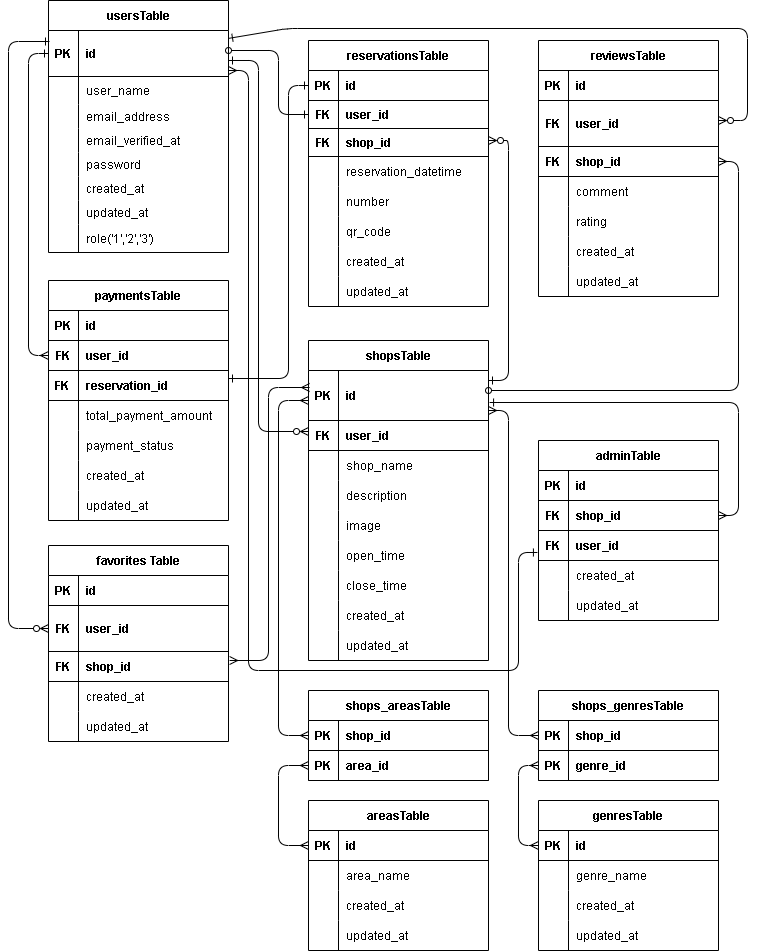
Above: src/rese.drawio.png in ponponmama/2024-07-13 (draw.io), before the change. Source tidied: cells renumbered, new cells last; positions are measured from the earlier drawing's top-left corner, leaving out a move shared by most shapes.
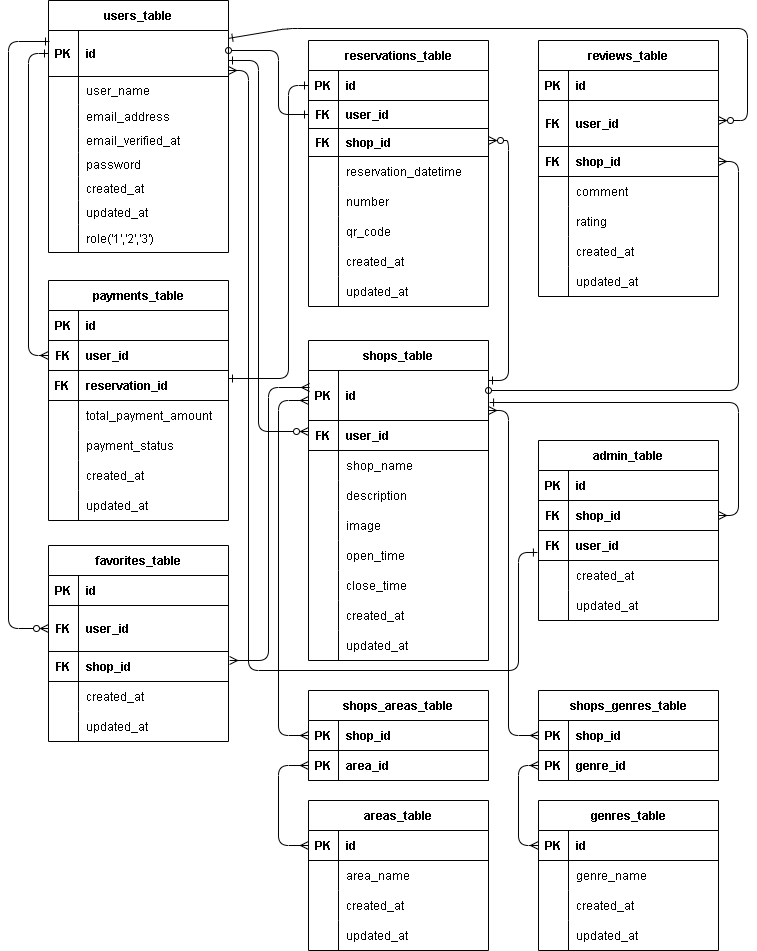
Later version of the same file.

Commit message:
ER図のテーブル名修正

The edit, as a diff of the source:
```diff
@@ -2,7 +2,7 @@
   <root>
     <mxCell id="0" />
     <mxCell id="1" parent="0" />
-    <mxCell id="2" value="usersTable" style="shape=table;startSize=30;rowLines=0;fontStyle=1;align=center;labelBackgroundColor=none;fillColor=none;strokeColor=#000000;strokeWidth=1;fontColor=#000000;" parent="1" vertex="1">
+    <mxCell id="2" value="users_table" style="shape=table;startSize=30;rowLines=0;fontStyle=1;align=center;labelBackgroundColor=none;fillColor=none;strokeColor=#000000;strokeWidth=1;fontColor=#000000;" parent="1" vertex="1">
       <mxGeometry x="40" width="180" height="252" as="geometry" />
     </mxCell>
     <mxCell id="3" style="shape=tableRow;horizontal=0;startSize=0;swimlaneHead=0;swimlaneBody=0;fillColor=none;points=[[0,0.5],[1,0.5]];portConstraint=eastwest;top=0;left=0;right=0;bottom=1;strokeColor=#000000;strokeWidth=1;fontColor=#000000;" parent="2" vertex="1">
@@ -86,7 +86,7 @@
         </Array>
       </mxGeometry>
     </mxCell>
-    <mxCell id="28" value="adminTable" style="shape=table;startSize=30;rowLines=0;fontStyle=1;align=center;strokeColor=#000000;strokeWidth=1;fontColor=#000000;fillColor=none;" parent="1" vertex="1">
+    <mxCell id="28" value="admin_table" style="shape=table;startSize=30;rowLines=0;fontStyle=1;align=center;strokeColor=#000000;strokeWidth=1;fontColor=#000000;fillColor=none;" parent="1" vertex="1">
       <mxGeometry x="530" y="440" width="180" height="180" as="geometry" />
     </mxCell>
     <mxCell id="29" style="shape=tableRow;horizontal=0;startSize=0;swimlaneHead=0;swimlaneBody=0;fillColor=none;top=0;left=0;right=0;bottom=1;strokeColor=#000000;strokeWidth=1;fontColor=#000000;" parent="28" vertex="1">
@@ -134,7 +134,7 @@
     <mxCell id="43" value="updated_at" style="shape=partialRectangle;fillColor=none;top=0;left=0;bottom=0;right=0;align=left;spacingLeft=6;overflow=hidden;fontColor=#000000;strokeColor=#000000;strokeWidth=1;" parent="41" vertex="1">
       <mxGeometry x="30" width="150" height="30" as="geometry" />
     </mxCell>
-    <mxCell id="44" value="reservationsTable" style="shape=table;startSize=30;rowLines=0;fontStyle=1;align=center;fillColor=none;strokeColor=#000000;strokeWidth=1;fontColor=#000000;" parent="1" vertex="1">
+    <mxCell id="44" value="reservations_table" style="shape=table;startSize=30;rowLines=0;fontStyle=1;align=center;fillColor=none;strokeColor=#000000;strokeWidth=1;fontColor=#000000;" parent="1" vertex="1">
       <mxGeometry x="300" y="40" width="180" height="266" as="geometry" />
     </mxCell>
     <mxCell id="45" style="shape=tableRow;horizontal=0;startSize=0;swimlaneHead=0;swimlaneBody=0;fillColor=none;points=[[0,0.5],[1,0.5]];portConstraint=eastwest;top=0;left=0;right=0;bottom=1;strokeColor=#000000;strokeWidth=1;fontColor=#000000;" parent="44" vertex="1">
@@ -209,7 +209,7 @@
     <mxCell id="68" value="updated_at" style="shape=partialRectangle;fillColor=none;top=0;left=0;bottom=0;right=0;align=left;spacingLeft=6;overflow=hidden;fontColor=#000000;strokeColor=#000000;strokeWidth=1;" parent="66" vertex="1">
       <mxGeometry x="30" width="150" height="30" as="geometry" />
     </mxCell>
-    <mxCell id="69" value="reviewsTable" style="shape=table;startSize=30;rowLines=0;fontStyle=1;align=center;strokeColor=#000000;strokeWidth=1;fontColor=#000000;fillColor=none;" parent="1" vertex="1">
+    <mxCell id="69" value="reviews_table" style="shape=table;startSize=30;rowLines=0;fontStyle=1;align=center;strokeColor=#000000;strokeWidth=1;fontColor=#000000;fillColor=none;" parent="1" vertex="1">
       <mxGeometry x="530" y="40" width="180" height="256" as="geometry" />
     </mxCell>
     <mxCell id="70" style="shape=tableRow;horizontal=0;startSize=0;swimlaneHead=0;swimlaneBody=0;fillColor=none;top=0;left=0;right=0;bottom=1;strokeColor=#000000;strokeWidth=1;fontColor=#000000;" parent="69" vertex="1">
@@ -275,7 +275,7 @@
     <mxCell id="90" value="updated_at" style="shape=partialRectangle;fillColor=none;top=0;left=0;bottom=0;right=0;align=left;spacingLeft=6;overflow=hidden;fontColor=#000000;strokeColor=#000000;strokeWidth=1;" parent="88" vertex="1">
       <mxGeometry x="30" width="150" height="30" as="geometry" />
     </mxCell>
-    <mxCell id="91" value="paymentsTable" style="shape=table;startSize=30;rowLines=0;fontStyle=1;align=center;labelBackgroundColor=none;strokeColor=#000000;strokeWidth=1;fontColor=#000000;fillColor=none;" parent="1" vertex="1">
+    <mxCell id="91" value="payments_table" style="shape=table;startSize=30;rowLines=0;fontStyle=1;align=center;labelBackgroundColor=none;strokeColor=#000000;strokeWidth=1;fontColor=#000000;fillColor=none;" parent="1" vertex="1">
       <mxGeometry x="40" y="280" width="180" height="240" as="geometry" />
     </mxCell>
     <mxCell id="92" style="shape=tableRow;horizontal=0;startSize=0;swimlaneHead=0;swimlaneBody=0;fillColor=none;top=0;left=0;right=0;bottom=1;strokeColor=#000000;strokeWidth=1;fontColor=#000000;" parent="91" vertex="1">
@@ -360,7 +360,7 @@
         </Array>
       </mxGeometry>
     </mxCell>
-    <mxCell id="115" value="shopsTable" style="shape=table;startSize=30;rowLines=0;fontStyle=1;align=center;strokeColor=#000000;strokeWidth=1;fontColor=#000000;fillColor=none;" parent="1" vertex="1">
+    <mxCell id="115" value="shops_table" style="shape=table;startSize=30;rowLines=0;fontStyle=1;align=center;strokeColor=#000000;strokeWidth=1;fontColor=#000000;fillColor=none;" parent="1" vertex="1">
       <mxGeometry x="300" y="340" width="180" height="320" as="geometry" />
     </mxCell>
     <mxCell id="116" style="shape=tableRow;horizontal=0;startSize=0;swimlaneHead=0;swimlaneBody=0;fillColor=none;points=[[0,0.5],[1,0.5]];portConstraint=eastwest;top=0;left=0;right=0;bottom=1;strokeColor=#000000;strokeWidth=1;fontColor=#000000;" parent="115" vertex="1">
@@ -507,7 +507,7 @@
         </Array>
       </mxGeometry>
     </mxCell>
-    <mxCell id="150" value="favorites Table" style="shape=table;startSize=30;rowLines=0;fontStyle=1;align=center;fillColor=none;strokeColor=#000000;strokeWidth=1;fontColor=#000000;" parent="1" vertex="1">
+    <mxCell id="150" value="favorites_table" style="shape=table;startSize=30;rowLines=0;fontStyle=1;align=center;fillColor=none;strokeColor=#000000;strokeWidth=1;fontColor=#000000;" parent="1" vertex="1">
       <mxGeometry x="40" y="545" width="180" height="196" as="geometry" />
     </mxCell>
     <mxCell id="151" style="shape=tableRow;horizontal=0;startSize=0;swimlaneHead=0;swimlaneBody=0;fillColor=none;top=0;left=0;right=0;bottom=1;strokeColor=#000000;strokeWidth=1;fontColor=#000000;" parent="150" vertex="1">
@@ -563,7 +563,7 @@
         </Array>
       </mxGeometry>
     </mxCell>
-    <mxCell id="167" value="areasTable" style="shape=table;startSize=30;rowLines=0;fontStyle=1;align=center;strokeColor=#000000;strokeWidth=1;fontColor=#000000;fillColor=none;" parent="1" vertex="1">
+    <mxCell id="167" value="areas_table" style="shape=table;startSize=30;rowLines=0;fontStyle=1;align=center;strokeColor=#000000;strokeWidth=1;fontColor=#000000;fillColor=none;" parent="1" vertex="1">
       <mxGeometry x="300" y="800" width="180" height="150" as="geometry" />
     </mxCell>
     <mxCell id="168" style="shape=tableRow;horizontal=0;startSize=0;swimlaneHead=0;swimlaneBody=0;fillColor=none;points=[[0,0.5],[1,0.5]];portConstraint=eastwest;top=0;left=0;right=0;bottom=1;strokeColor=#000000;strokeWidth=1;fontColor=#000000;" parent="167" vertex="1">
@@ -602,7 +602,7 @@
     <mxCell id="179" value="updated_at" style="shape=partialRectangle;fillColor=none;top=0;left=0;bottom=0;right=0;align=left;spacingLeft=6;overflow=hidden;fontColor=#000000;strokeColor=#000000;strokeWidth=1;" parent="177" vertex="1">
       <mxGeometry x="30" width="150" height="30" as="geometry" />
     </mxCell>
-    <mxCell id="180" value="genresTable" style="shape=table;startSize=30;rowLines=0;fontStyle=1;align=center;strokeColor=#000000;strokeWidth=1;fontColor=#000000;fillColor=none;" parent="1" vertex="1">
+    <mxCell id="180" value="genres_table" style="shape=table;startSize=30;rowLines=0;fontStyle=1;align=center;strokeColor=#000000;strokeWidth=1;fontColor=#000000;fillColor=none;" parent="1" vertex="1">
       <mxGeometry x="530" y="800" width="180" height="150" as="geometry" />
     </mxCell>
     <mxCell id="181" style="shape=tableRow;horizontal=0;startSize=0;swimlaneHead=0;swimlaneBody=0;fillColor=none;points=[[0,0.5],[1,0.5]];portConstraint=eastwest;top=0;left=0;right=0;bottom=1;strokeColor=#000000;strokeWidth=1;fontColor=#000000;" parent="180" vertex="1">
@@ -641,7 +641,7 @@
     <mxCell id="192" value="updated_at" style="shape=partialRectangle;fillColor=none;top=0;left=0;bottom=0;right=0;align=left;spacingLeft=6;overflow=hidden;fontColor=#000000;strokeColor=#000000;strokeWidth=1;" parent="190" vertex="1">
       <mxGeometry x="30" width="150" height="30" as="geometry" />
     </mxCell>
-    <mxCell id="193" value="shops_areasTable" style="shape=table;startSize=30;rowLines=0;fontStyle=1;align=center;strokeColor=#000000;strokeWidth=1;fontColor=#000000;fillColor=none;" parent="1" vertex="1">
+    <mxCell id="193" value="shops_areas_table" style="shape=table;startSize=30;rowLines=0;fontStyle=1;align=center;strokeColor=#000000;strokeWidth=1;fontColor=#000000;fillColor=none;" parent="1" vertex="1">
       <mxGeometry x="300" y="690" width="180" height="90" as="geometry" />
     </mxCell>
     <mxCell id="194" style="shape=tableRow;horizontal=0;startSize=0;swimlaneHead=0;swimlaneBody=0;fillColor=none;points=[[0,0.5],[1,0.5]];portConstraint=eastwest;top=0;left=0;right=0;bottom=1;strokeColor=#000000;strokeWidth=1;fontColor=#000000;" parent="193" vertex="1">
@@ -662,7 +662,7 @@
     <mxCell id="199" value="area_id" style="shape=partialRectangle;fillColor=none;top=0;left=0;bottom=0;right=0;align=left;spacingLeft=6;fontStyle=1;overflow=hidden;fontColor=#000000;strokeColor=#000000;strokeWidth=1;" parent="197" vertex="1">
       <mxGeometry x="30" width="150" height="30" as="geometry" />
     </mxCell>
-    <mxCell id="200" value="shops_genresTable" style="shape=table;startSize=30;rowLines=0;fontStyle=1;align=center;strokeColor=#000000;strokeWidth=1;fontColor=#000000;fillColor=none;" parent="1" vertex="1">
+    <mxCell id="200" value="shops_genres_table" style="shape=table;startSize=30;rowLines=0;fontStyle=1;align=center;strokeColor=#000000;strokeWidth=1;fontColor=#000000;fillColor=none;" parent="1" vertex="1">
       <mxGeometry x="530" y="690" width="180" height="90" as="geometry" />
     </mxCell>
     <mxCell id="201" style="shape=tableRow;horizontal=0;startSize=0;swimlaneHead=0;swimlaneBody=0;fillColor=none;points=[[0,0.5],[1,0.5]];portConstraint=eastwest;top=0;left=0;right=0;bottom=1;strokeColor=#000000;strokeWidth=1;fontColor=#000000;" parent="200" vertex="1">
```
